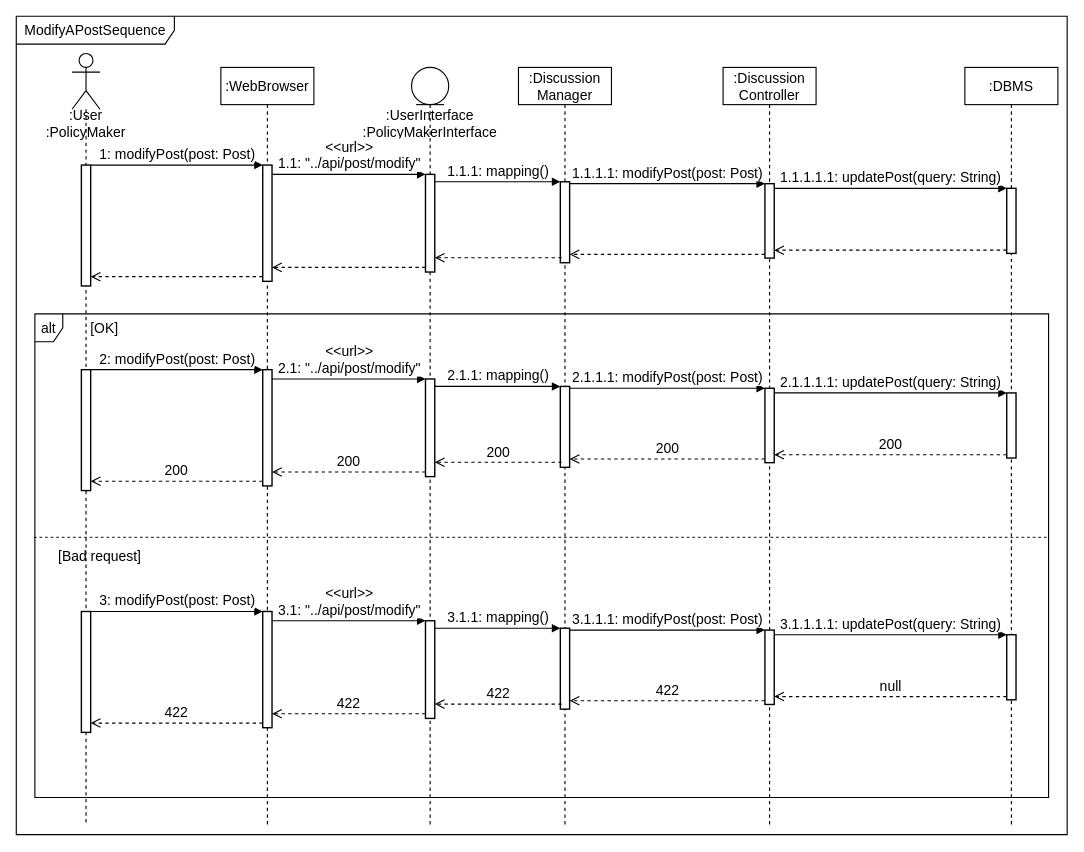
Earlier version of the draw.io diagram page "ModifyAPost" (6 of 18) of DD Diagrams/RunTimeViewDiagram.drawio (matteovisotto/SE2-CecchettoSirianiVisotto). Source tidied: cells renumbered, new cells numbered last; positions are measured from the earlier drawing's top-left corner, leaving out a move shared by most shapes. Both pictures are drawn from the tidied source at 93%, with x=0, y=0 at pixel (16, 16).
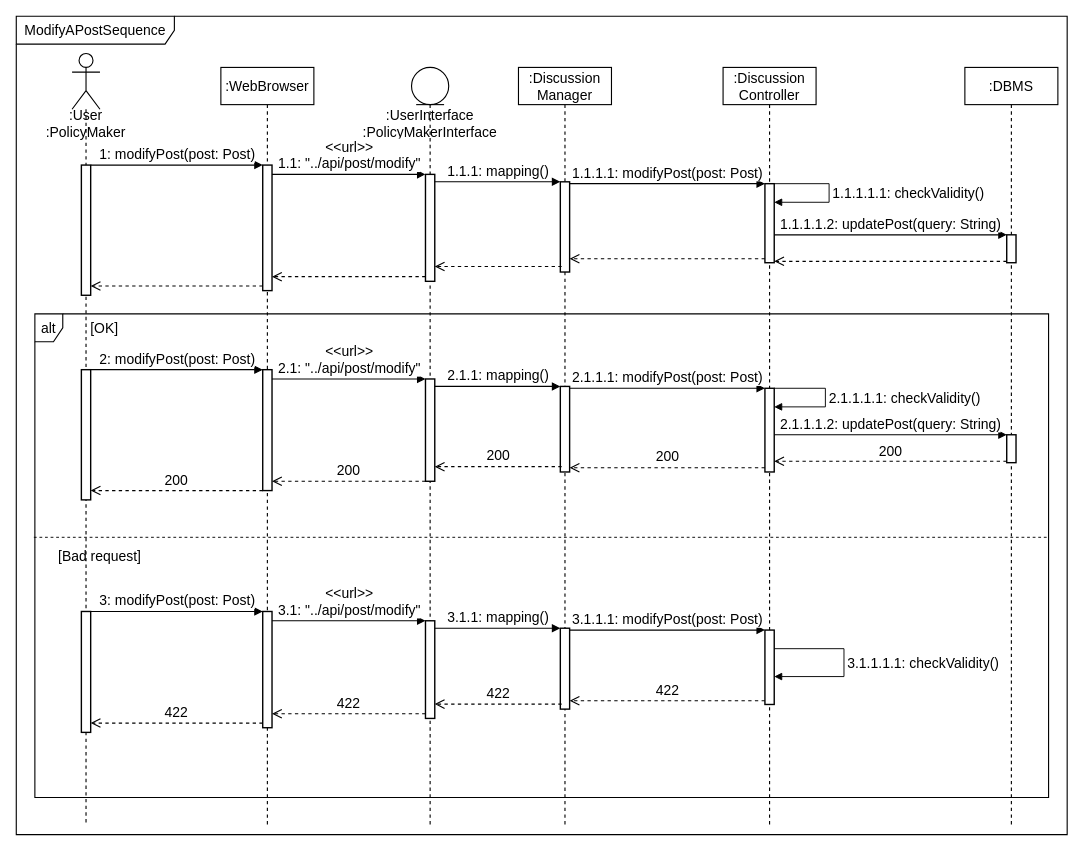
Above is the later version.

The change refers to these unchanged cells:
```xml
<mxCell id="4" value=":DBMS" style="shape=umlLifeline;perimeter=lifelinePerimeter;whiteSpace=wrap;html=1;strokeWidth=1.2;fontSize=15;" parent="1" vertex="1">
  <mxGeometry x="1020" y="55" width="100" height="815" as="geometry" />
</mxCell>
<mxCell id="6" value=":Discussion&lt;br style=&quot;font-size: 15px;&quot;&gt;Controller" style="shape=umlLifeline;perimeter=lifelinePerimeter;whiteSpace=wrap;html=1;strokeWidth=1.2;fontSize=15;" parent="1" vertex="1">
  <mxGeometry x="760" y="55" width="100" height="815" as="geometry" />
</mxCell>
<mxCell id="8" value=":Discussion&lt;br style=&quot;font-size: 15px;&quot;&gt;Manager" style="shape=umlLifeline;perimeter=lifelinePerimeter;whiteSpace=wrap;html=1;strokeWidth=1.2;fontSize=15;" parent="1" vertex="1">
  <mxGeometry x="540" y="55" width="100" height="815" as="geometry" />
</mxCell>
<mxCell id="10" style="shape=umlLifeline;participant=umlEntity;perimeter=lifelinePerimeter;whiteSpace=wrap;html=1;verticalAlign=top;spacingTop=36;strokeWidth=1.2;fontSize=15;" parent="1" vertex="1">
  <mxGeometry x="425" y="55" width="40" height="815" as="geometry" />
</mxCell>
<mxCell id="12" value=":WebBrowser" style="shape=umlLifeline;perimeter=lifelinePerimeter;whiteSpace=wrap;html=1;strokeWidth=1.2;fontSize=15;" parent="1" vertex="1">
  <mxGeometry x="220" y="55" width="100" height="815" as="geometry" />
</mxCell>
<mxCell id="14" style="shape=umlLifeline;participant=umlActor;perimeter=lifelinePerimeter;whiteSpace=wrap;html=1;verticalAlign=top;spacingTop=36;fontFamily=Helvetica;fontSize=15;fontColor=rgb(0, 0, 0);align=center;strokeColor=rgb(0, 0, 0);fillColor=rgb(255, 255, 255);size=60;strokeWidth=1.2;" parent="1" vertex="1">
  <mxGeometry x="60" y="40" width="30" height="830" as="geometry" />
</mxCell>
<mxCell id="21" style="html=1;points=[];perimeter=orthogonalPerimeter;fontSize=15;strokeWidth=1.5;" parent="14" vertex="1">
  <mxGeometry x="745" y="620" width="10" height="80" as="geometry" />
</mxCell>
```

Change to the diagram source:
```diff
@@
     <mxCell id="5" style="html=1;points=[];perimeter=orthogonalPerimeter;fontSize=15;strokeWidth=1.5;" parent="4" vertex="1">
-      <mxGeometry x="45" y="130" width="10" height="70" as="geometry" />
+      <mxGeometry x="45" y="180" width="10" height="30" as="geometry" />
     </mxCell>
@@
     <mxCell id="7" style="html=1;points=[];perimeter=orthogonalPerimeter;fontSize=15;strokeWidth=1.5;" parent="6" vertex="1">
-      <mxGeometry x="45" y="125" width="10" height="80" as="geometry" />
+      <mxGeometry x="45" y="125" width="10" height="85" as="geometry" />
     </mxCell>
+    <mxCell id="63" value="&lt;span style=&quot;font-size: 15px ; text-align: center&quot;&gt;1.1.1.1.1: checkValidity()&lt;/span&gt;" style="edgeStyle=orthogonalEdgeStyle;html=1;align=left;spacingLeft=2;endArrow=block;rounded=0;" parent="6" edge="1" source="7" target="7">
+      <mxGeometry relative="1" as="geometry">
+        <Array as="points">
+          <mxPoint x="114" y="125" />
+          <mxPoint x="114" y="145" />
+        </Array>
+      </mxGeometry>
+    </mxCell>
@@
     <mxCell id="9" style="html=1;points=[];perimeter=orthogonalPerimeter;fontSize=15;strokeWidth=1.5;" parent="8" vertex="1">
-      <mxGeometry x="45" y="123" width="10" height="87" as="geometry" />
+      <mxGeometry x="45" y="123" width="10" height="97" as="geometry" />
     </mxCell>
@@
     <mxCell id="11" style="html=1;points=[];perimeter=orthogonalPerimeter;fontSize=15;strokeWidth=1.5;" parent="10" vertex="1">
-      <mxGeometry x="15" y="115" width="10" height="105" as="geometry" />
+      <mxGeometry x="15" y="115" width="10" height="115" as="geometry" />
     </mxCell>
@@
     <mxCell id="13" style="html=1;points=[];perimeter=orthogonalPerimeter;fontSize=15;strokeWidth=1.5;" parent="12" vertex="1">
-      <mxGeometry x="45" y="105" width="10" height="125" as="geometry" />
+      <mxGeometry x="45" y="105" width="10" height="135" as="geometry" />
     </mxCell>
@@
     <mxCell id="15" style="html=1;points=[];perimeter=orthogonalPerimeter;fontSize=15;strokeWidth=1.5;" parent="14" vertex="1">
-      <mxGeometry x="10" y="120" width="10" height="130" as="geometry" />
+      <mxGeometry x="10" y="120" width="10" height="140" as="geometry" />
     </mxCell>
-    <mxCell id="16" style="html=1;points=[];perimeter=orthogonalPerimeter;fontSize=15;strokeWidth=1.5;" parent="14" vertex="1">
-      <mxGeometry x="1005" y="625" width="10" height="70" as="geometry" />
-    </mxCell>
@@
-    <mxCell id="30" value="null" style="html=1;verticalAlign=bottom;endArrow=open;dashed=1;endSize=8;exitX=0;exitY=0.95;rounded=0;fontSize=15;strokeWidth=1.2;" parent="14" edge="1" source="16" target="21">
-      <mxGeometry relative="1" as="geometry" />
-    </mxCell>
-    <mxCell id="31" value="3.1.1.1.1: updatePost(query: String)" style="html=1;verticalAlign=bottom;endArrow=block;entryX=0;entryY=0;rounded=0;fontSize=15;strokeWidth=1.2;" parent="14" edge="1" source="21" target="16">
-      <mxGeometry relative="1" as="geometry" />
-    </mxCell>
+    <mxCell id="64" value="&lt;span style=&quot;font-size: 15px ; text-align: center&quot;&gt;3.1.1.1.1: checkValidity()&lt;/span&gt;" style="edgeStyle=orthogonalEdgeStyle;html=1;align=left;spacingLeft=2;endArrow=block;rounded=0;" parent="14" edge="1" source="21" target="21">
+      <mxGeometry relative="1" as="geometry">
+        <Array as="points">
+          <mxPoint x="830" y="640" />
+          <mxPoint x="830" y="670" />
+        </Array>
+      </mxGeometry>
+    </mxCell>
@@
     <mxCell id="40" style="html=1;verticalAlign=bottom;endArrow=open;dashed=1;endSize=8;rounded=0;fontSize=15;strokeWidth=1.2;" parent="1" edge="1" source="11" target="13">
       <mxGeometry relative="1" as="geometry">
         <Array as="points">
-          <mxPoint x="300" y="270" />
+          <mxPoint x="300" y="280" />
         </Array>
       </mxGeometry>
     </mxCell>
     <mxCell id="41" style="html=1;verticalAlign=bottom;endArrow=open;dashed=1;endSize=8;rounded=0;fontSize=15;strokeWidth=1.2;" parent="1" edge="1" source="13" target="15">
       <mxGeometry relative="1" as="geometry">
         <Array as="points">
-          <mxPoint x="110" y="280" />
+          <mxPoint x="110" y="290" />
         </Array>
       </mxGeometry>
     </mxCell>
@@
-    <mxCell id="43" value="1.1.1.1.1: updatePost(query: String)" style="html=1;verticalAlign=bottom;endArrow=block;entryX=0;entryY=0;rounded=0;fontSize=15;strokeWidth=1.2;" parent="1" edge="1" source="7" target="5">
+    <mxCell id="43" value="1.1.1.1.2: updatePost(query: String)" style="html=1;verticalAlign=bottom;endArrow=block;entryX=0;entryY=0;rounded=0;fontSize=15;strokeWidth=1.2;" parent="1" edge="1" source="7" target="5">
       <mxGeometry relative="1" as="geometry" />
     </mxCell>
     <mxCell id="44" style="html=1;points=[];perimeter=orthogonalPerimeter;fontSize=15;strokeWidth=1.5;" parent="1" vertex="1">
-      <mxGeometry x="1065" y="405" width="10" height="70" as="geometry" />
+      <mxGeometry x="1065" y="450" width="10" height="30" as="geometry" />
     </mxCell>
     <mxCell id="45" style="html=1;points=[];perimeter=orthogonalPerimeter;fontSize=15;strokeWidth=1.5;" parent="1" vertex="1">
-      <mxGeometry x="585" y="398" width="10" height="87" as="geometry" />
+      <mxGeometry x="585" y="398" width="10" height="92" as="geometry" />
     </mxCell>
     <mxCell id="46" style="html=1;points=[];perimeter=orthogonalPerimeter;fontSize=15;strokeWidth=1.5;" parent="1" vertex="1">
-      <mxGeometry x="70" y="380" width="10" height="130" as="geometry" />
+      <mxGeometry x="70" y="380" width="10" height="140" as="geometry" />
     </mxCell>
     <mxCell id="47" style="html=1;points=[];perimeter=orthogonalPerimeter;fontSize=15;strokeWidth=1.5;" parent="1" vertex="1">
-      <mxGeometry x="265" y="380" width="10" height="125" as="geometry" />
+      <mxGeometry x="265" y="380" width="10" height="130" as="geometry" />
     </mxCell>
     <mxCell id="48" style="html=1;points=[];perimeter=orthogonalPerimeter;fontSize=15;strokeWidth=1.5;" parent="1" vertex="1">
-      <mxGeometry x="440" y="390" width="10" height="105" as="geometry" />
+      <mxGeometry x="440" y="390" width="10" height="110" as="geometry" />
     </mxCell>
     <mxCell id="49" style="html=1;points=[];perimeter=orthogonalPerimeter;fontSize=15;strokeWidth=1.5;" parent="1" vertex="1">
-      <mxGeometry x="805" y="400" width="10" height="80" as="geometry" />
+      <mxGeometry x="805" y="400" width="10" height="90" as="geometry" />
     </mxCell>
@@
     <mxCell id="56" value="200" style="html=1;verticalAlign=bottom;endArrow=open;dashed=1;endSize=8;rounded=0;fontSize=15;strokeWidth=1.2;" parent="1" edge="1" source="48" target="47">
       <mxGeometry relative="1" as="geometry">
         <Array as="points">
-          <mxPoint x="300" y="490" />
+          <mxPoint x="300" y="500" />
         </Array>
       </mxGeometry>
     </mxCell>
     <mxCell id="57" value="200" style="html=1;verticalAlign=bottom;endArrow=open;dashed=1;endSize=8;rounded=0;fontSize=15;strokeWidth=1.2;" parent="1" edge="1" source="47" target="46">
       <mxGeometry relative="1" as="geometry">
         <Array as="points">
-          <mxPoint x="110" y="500" />
+          <mxPoint x="110" y="510" />
         </Array>
       </mxGeometry>
     </mxCell>
@@
-    <mxCell id="59" value="2.1.1.1.1: updatePost(query: String)" style="html=1;verticalAlign=bottom;endArrow=block;entryX=0;entryY=0;rounded=0;fontSize=15;strokeWidth=1.2;" parent="1" edge="1" source="49" target="44">
+    <mxCell id="59" value="2.1.1.1.2: updatePost(query: String)" style="html=1;verticalAlign=bottom;endArrow=block;entryX=0;entryY=0;rounded=0;fontSize=15;strokeWidth=1.2;" parent="1" edge="1" source="49" target="44">
       <mxGeometry relative="1" as="geometry" />
     </mxCell>
@@
+    <mxCell id="65" value="&lt;span style=&quot;font-size: 15px ; text-align: center&quot;&gt;2.1.1.1.1: checkValidity()&lt;/span&gt;" style="edgeStyle=orthogonalEdgeStyle;html=1;align=left;spacingLeft=2;endArrow=block;rounded=0;" parent="1" edge="1" source="49" target="49">
+      <mxGeometry relative="1" as="geometry">
+        <Array as="points">
+          <mxPoint x="870" y="400" />
+          <mxPoint x="870" y="420" />
+        </Array>
+      </mxGeometry>
+    </mxCell>
```
